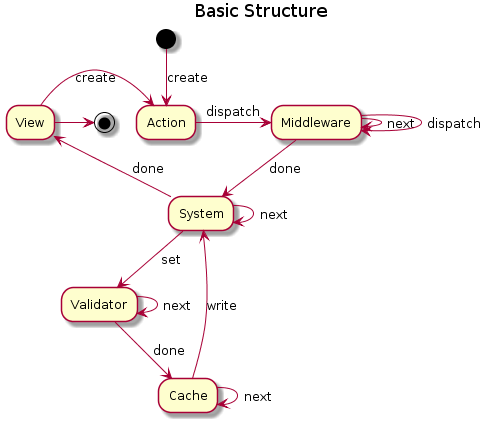
The PlantUML diagram doc/structure.png in yoo2001818/ecsalator, before a commit.
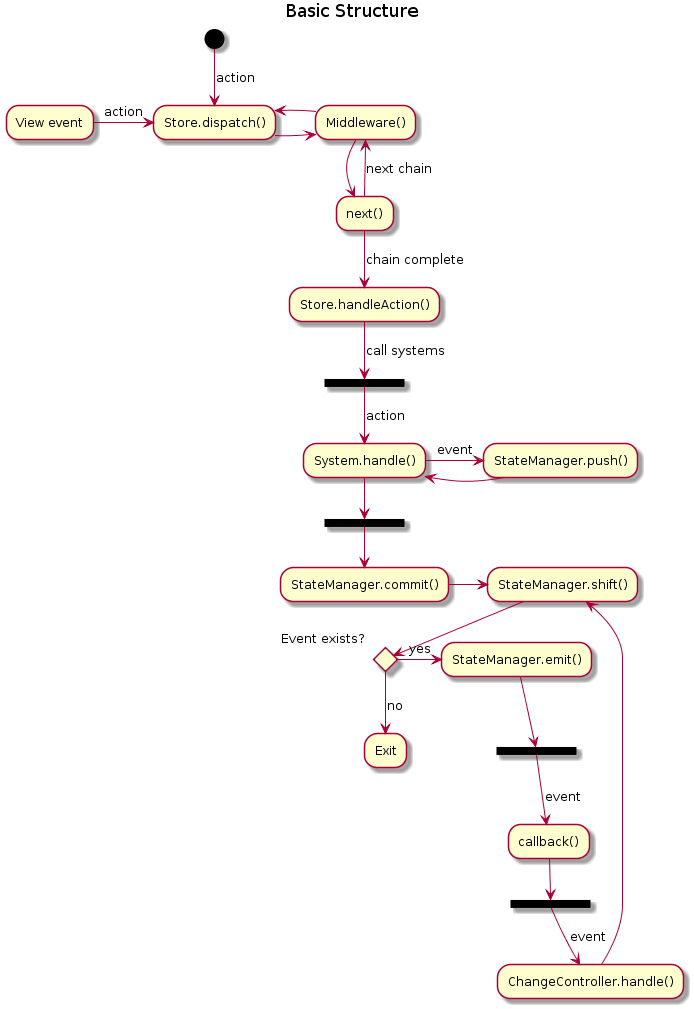
Later version of the same file.

Commit message:
Update structure graph

Change to the diagram source:
```diff
@@ -2,24 +2,32 @@
 
 title Basic Structure
 
-(*) --> [create] Action
+(*) --> [action] "Store.dispatch()"
 
-View -> [create] Action
--> [dispatch] Middleware
--> [next] Middleware
---> [dispatch] Middleware
+"View event" -> [action] "Store.dispatch()"
+-> "Middleware()"
+--> [  ] "next()"
+--> [next chain] "Middleware()"
+-> "Store.dispatch()"
 
-Middleware --> [done] System
-System -> [next] System
-System --> [set] Validator
+"next()" --> [chain complete] "Store.handleAction()"
+--> [call systems] ==RUNSYSTEMS==
+--> [action] "System.handle()"
+-> [event] "StateManager.push()"
+-> [ ] "System.handle()"
+--> ==COMMITSYSTEMS==
+--> "StateManager.commit()"
+-> "StateManager.shift()"
 
-Validator -> [next] Validator
---> [done] Cache
--> [next] Cache
---> [write] System
-
-System --> [done] View
-View -> (*)
-
+if "Event exists?" then
+  -> [yes] "StateManager.emit()"
+  --> ==EMITEVENT==
+  --> [event] "callback()"
+  --> ==CHANGEEVENT==
+  --> [event] "ChangeController.handle()"
+  --> "StateManager.shift()"
+else
+  --> [no] "Exit"
+endif
 
 @enduml
```
